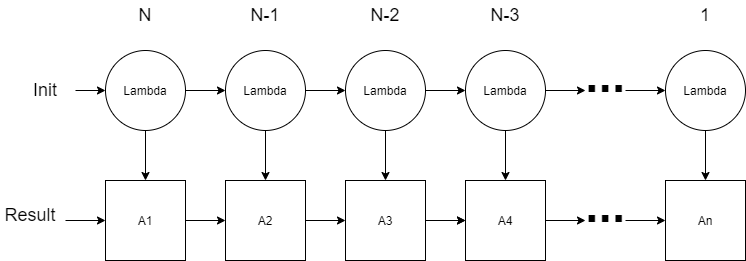
Above: docs/images/unfold.drawio.png in macbeth-byui/cse382-course (draw.io), before the change. Source tidied: cells renumbered, new cells last; positions are measured from the earlier drawing's top-left corner, leaving out a move shared by most shapes.
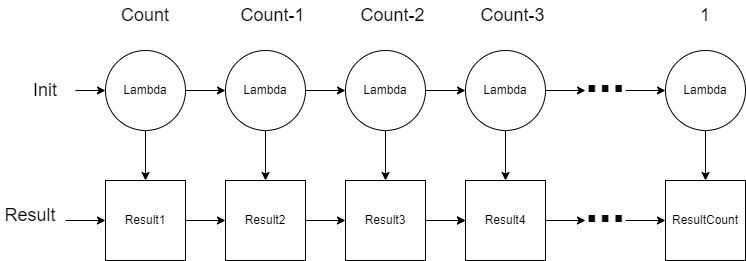
After the commit.

Change to the diagram source:
```diff
@@ -7,13 +7,13 @@
         <mxPoint x="65" y="220" as="targetPoint" />
       </mxGeometry>
     </mxCell>
-    <mxCell id="3" value="A1" style="whiteSpace=wrap;html=1;" parent="1" vertex="1">
+    <mxCell id="3" value="Result1" style="whiteSpace=wrap;html=1;" parent="1" vertex="1">
       <mxGeometry x="105" y="180" width="80" height="80" as="geometry" />
     </mxCell>
     <mxCell id="4" style="edgeStyle=orthogonalEdgeStyle;rounded=0;jettySize=auto;html=1;exitX=0;exitY=0.5;exitDx=0;exitDy=0;entryX=1;entryY=0.5;entryDx=0;entryDy=0;startArrow=classic;startFill=1;endArrow=none;endFill=0;" parent="1" edge="1" source="5" target="3">
       <mxGeometry relative="1" as="geometry" />
     </mxCell>
-    <mxCell id="5" value="A2" style="whiteSpace=wrap;html=1;" parent="1" vertex="1">
+    <mxCell id="5" value="Result2" style="whiteSpace=wrap;html=1;" parent="1" vertex="1">
       <mxGeometry x="225" y="180" width="80" height="80" as="geometry" />
     </mxCell>
     <mxCell id="6" style="edgeStyle=orthogonalEdgeStyle;rounded=0;jettySize=auto;html=1;exitX=0;exitY=0.5;exitDx=0;exitDy=0;entryX=1;entryY=0.5;entryDx=0;entryDy=0;startArrow=classic;startFill=1;endArrow=none;endFill=0;" parent="1" edge="1" source="8" target="5">
@@ -22,7 +22,7 @@
     <mxCell id="7" style="edgeStyle=orthogonalEdgeStyle;rounded=0;jettySize=auto;html=1;startArrow=none;startFill=0;endArrow=classic;endFill=1;" parent="1" edge="1" source="8" target="11">
       <mxGeometry relative="1" as="geometry" />
     </mxCell>
-    <mxCell id="8" value="A3" style="whiteSpace=wrap;html=1;" parent="1" vertex="1">
+    <mxCell id="8" value="Result3" style="whiteSpace=wrap;html=1;" parent="1" vertex="1">
       <mxGeometry x="345" y="180" width="80" height="80" as="geometry" />
     </mxCell>
     <mxCell id="9" style="edgeStyle=orthogonalEdgeStyle;rounded=0;jettySize=auto;html=1;exitX=0;exitY=0.5;exitDx=0;exitDy=0;startArrow=classic;startFill=1;endArrow=none;endFill=0;" parent="1" edge="1" source="11">
@@ -35,7 +35,7 @@
         <mxPoint x="585" y="220" as="targetPoint" />
       </mxGeometry>
     </mxCell>
-    <mxCell id="11" value="A4" style="whiteSpace=wrap;html=1;" parent="1" vertex="1">
+    <mxCell id="11" value="Result4" style="whiteSpace=wrap;html=1;" parent="1" vertex="1">
       <mxGeometry x="465" y="180" width="80" height="80" as="geometry" />
     </mxCell>
     <mxCell id="12" style="edgeStyle=orthogonalEdgeStyle;rounded=0;jettySize=auto;html=1;exitX=0;exitY=0.5;exitDx=0;exitDy=0;startArrow=classic;startFill=1;endArrow=none;endFill=0;" parent="1" edge="1" source="13">
@@ -43,7 +43,7 @@
         <mxPoint x="625" y="220" as="targetPoint" />
       </mxGeometry>
     </mxCell>
-    <mxCell id="13" value="An" style="whiteSpace=wrap;html=1;" parent="1" vertex="1">
+    <mxCell id="13" value="ResultCount" style="whiteSpace=wrap;html=1;" parent="1" vertex="1">
       <mxGeometry x="665" y="180" width="80" height="80" as="geometry" />
     </mxCell>
     <mxCell id="14" value="&lt;b&gt;&lt;font style=&quot;font-size: 48px&quot;&gt;...&lt;/font&gt;&lt;/b&gt;" style="text;html=1;strokeColor=none;fillColor=none;align=center;verticalAlign=middle;whiteSpace=wrap;rounded=0;" parent="1" vertex="1">
@@ -110,17 +110,17 @@
     <mxCell id="33" value="&lt;font style=&quot;font-size: 18px&quot;&gt;Result&lt;/font&gt;" style="text;html=1;strokeColor=none;fillColor=none;align=center;verticalAlign=middle;whiteSpace=wrap;rounded=0;" parent="1" vertex="1">
       <mxGeometry y="200" width="60" height="30" as="geometry" />
     </mxCell>
-    <mxCell id="34" value="&lt;font style=&quot;font-size: 18px&quot;&gt;N&lt;/font&gt;" style="text;html=1;strokeColor=none;fillColor=none;align=center;verticalAlign=middle;whiteSpace=wrap;rounded=0;" parent="1" vertex="1">
+    <mxCell id="34" value="&lt;font style=&quot;font-size: 18px&quot;&gt;Count&lt;/font&gt;" style="text;html=1;strokeColor=none;fillColor=none;align=center;verticalAlign=middle;whiteSpace=wrap;rounded=0;" parent="1" vertex="1">
       <mxGeometry x="115" width="60" height="30" as="geometry" />
     </mxCell>
-    <mxCell id="35" value="&lt;font style=&quot;font-size: 18px&quot;&gt;N-1&lt;/font&gt;" style="text;html=1;strokeColor=none;fillColor=none;align=center;verticalAlign=middle;whiteSpace=wrap;rounded=0;" parent="1" vertex="1">
-      <mxGeometry x="235" width="60" height="30" as="geometry" />
+    <mxCell id="35" value="&lt;font style=&quot;font-size: 18px&quot;&gt;Count-1&lt;/font&gt;" style="text;html=1;strokeColor=none;fillColor=none;align=center;verticalAlign=middle;whiteSpace=wrap;rounded=0;" parent="1" vertex="1">
+      <mxGeometry x="235" width="75" height="30" as="geometry" />
     </mxCell>
-    <mxCell id="36" value="&lt;font style=&quot;font-size: 18px&quot;&gt;N-2&lt;/font&gt;" style="text;html=1;strokeColor=none;fillColor=none;align=center;verticalAlign=middle;whiteSpace=wrap;rounded=0;" parent="1" vertex="1">
-      <mxGeometry x="355" width="60" height="30" as="geometry" />
+    <mxCell id="36" value="&lt;font style=&quot;font-size: 18px&quot;&gt;Count-2&lt;/font&gt;" style="text;html=1;strokeColor=none;fillColor=none;align=center;verticalAlign=middle;whiteSpace=wrap;rounded=0;" parent="1" vertex="1">
+      <mxGeometry x="355" width="75" height="30" as="geometry" />
     </mxCell>
-    <mxCell id="37" value="&lt;font style=&quot;font-size: 18px&quot;&gt;N-3&lt;/font&gt;" style="text;html=1;strokeColor=none;fillColor=none;align=center;verticalAlign=middle;whiteSpace=wrap;rounded=0;" parent="1" vertex="1">
-      <mxGeometry x="475" width="60" height="30" as="geometry" />
+    <mxCell id="37" value="&lt;font style=&quot;font-size: 18px&quot;&gt;Count-3&lt;/font&gt;" style="text;html=1;strokeColor=none;fillColor=none;align=center;verticalAlign=middle;whiteSpace=wrap;rounded=0;" parent="1" vertex="1">
+      <mxGeometry x="475" width="75" height="30" as="geometry" />
     </mxCell>
     <mxCell id="38" value="&lt;font style=&quot;font-size: 18px&quot;&gt;1&lt;/font&gt;" style="text;html=1;strokeColor=none;fillColor=none;align=center;verticalAlign=middle;whiteSpace=wrap;rounded=0;" parent="1" vertex="1">
       <mxGeometry x="675" width="60" height="30" as="geometry" />
```
